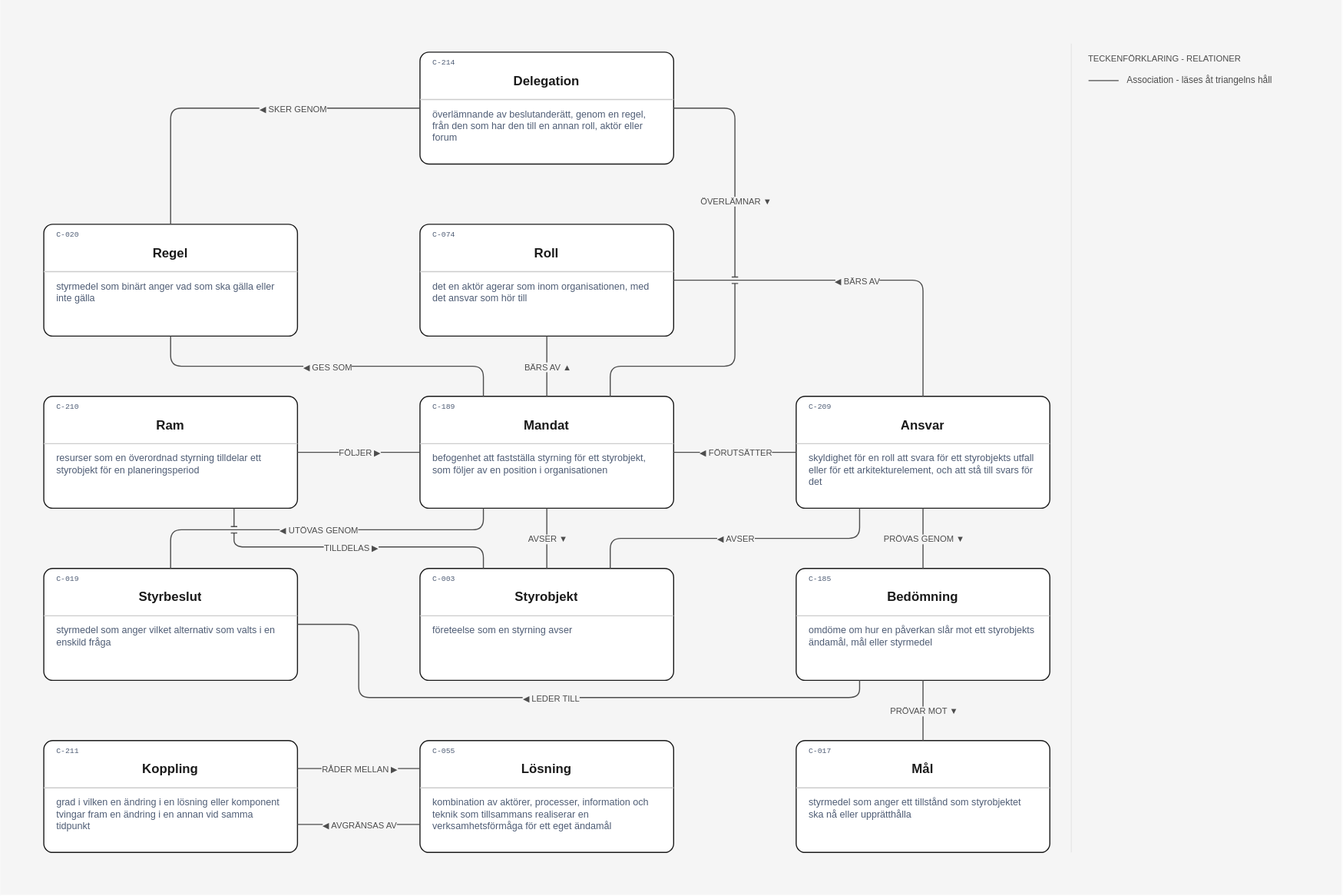
Above: layout/Styrning/Mandat och ansvar begreppsmodell.drawio.svg in nickdin/gestaltadet-katalog (draw.io), before the change. Source tidied: cells renumbered, new cells last; positions are measured from the earlier drawing's top-left corner, leaving out a move shared by most shapes.
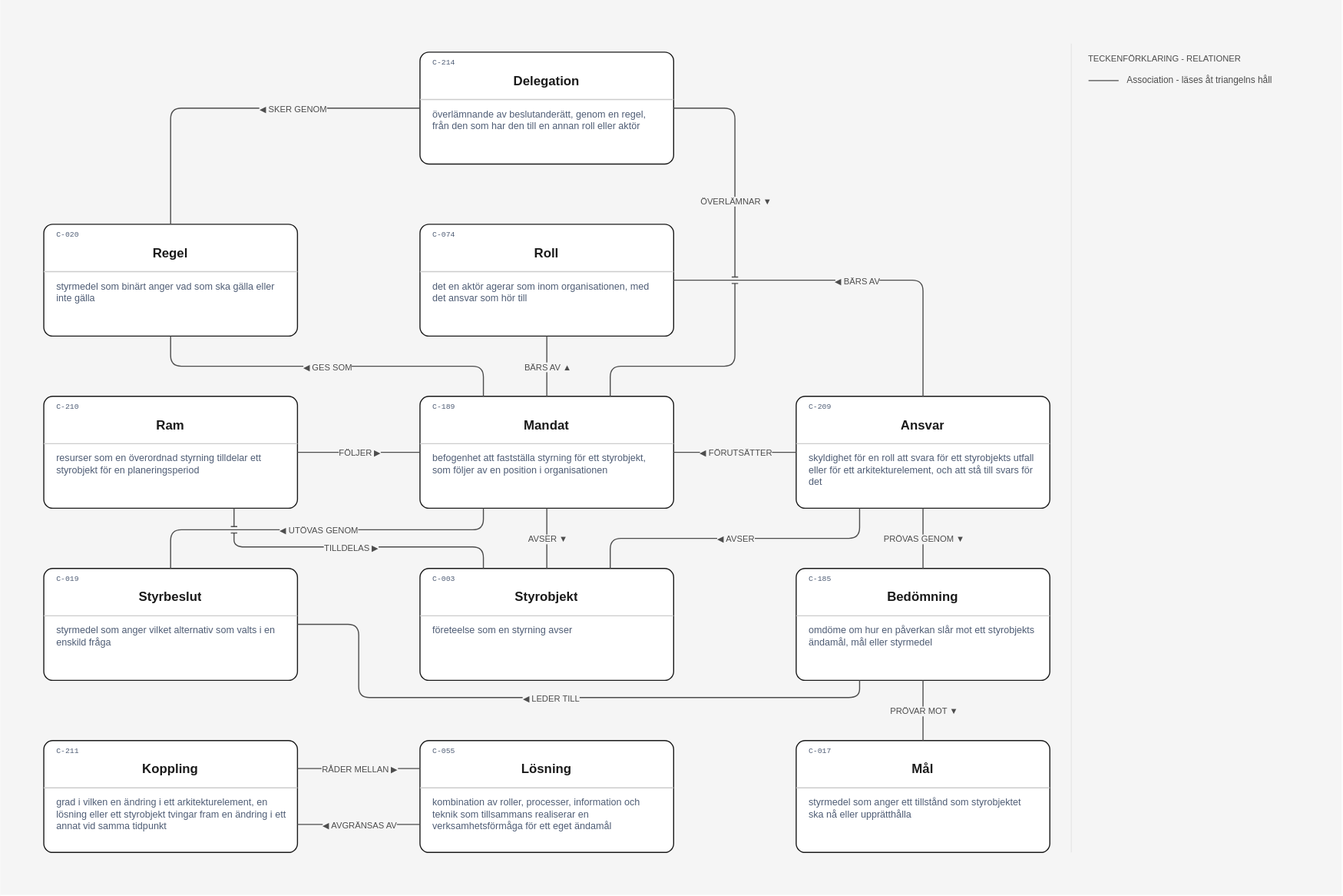
After the commit.

Commit message:
Ritningen Mandat och ansvar begreppsmodell: 3 definitionstexter ändrade, Lösning (C-055), Koppling (C-211) och Delegation (C-214), inga pilar ändrade, Ticket #183

Claude-Session: https://claude.ai/code/session_014hgawK7ATpaCj7Z6dFRSFg

Diff of the diagram source:
```diff
@@ -191,7 +191,7 @@
     <mxCell id="55" value="C-211" style="text;html=1;strokeColor=none;fillColor=none;align=left;verticalAlign=middle;whiteSpace=wrap;overflow=hidden;fontFamily=Courier New;fontSize=7;fontColor=#4f5d75;spacing=0;" parent="51" vertex="1">
       <mxGeometry x="12" y="5" width="60" height="10" as="geometry" />
     </mxCell>
-    <mxCell id="56" value="grad i vilken en ändring i en lösning eller komponent tvingar fram en ändring i en annan vid samma tidpunkt" style="text;html=1;strokeColor=none;fillColor=none;align=left;verticalAlign=top;whiteSpace=wrap;overflow=hidden;fontFamily=Helvetica;fontSize=9;fontColor=#4f5d75;spacing=0;spacingTop=0;" parent="51" vertex="1">
+    <mxCell id="56" value="grad i vilken en ändring i ett arkitekturelement, en lösning eller ett styrobjekt tvingar fram en ändring i ett annat vid samma tidpunkt" style="text;html=1;strokeColor=none;fillColor=none;align=left;verticalAlign=top;whiteSpace=wrap;overflow=hidden;fontFamily=Helvetica;fontSize=9;fontColor=#4f5d75;spacing=0;spacingTop=0;" parent="51" vertex="1">
       <mxGeometry x="12" y="48" width="212" height="37" as="geometry" />
     </mxCell>
     <mxCell id="57" style="group;" parent="1" vertex="1">
@@ -212,7 +212,7 @@
     <mxCell id="61" value="C-055" style="text;html=1;strokeColor=none;fillColor=none;align=left;verticalAlign=middle;whiteSpace=wrap;overflow=hidden;fontFamily=Courier New;fontSize=7;fontColor=#4f5d75;spacing=0;" parent="57" vertex="1">
       <mxGeometry x="12" y="5" width="60" height="10" as="geometry" />
     </mxCell>
-    <mxCell id="62" value="kombination av aktörer, processer, information och teknik som tillsammans realiserar en verksamhetsförmåga för ett eget ändamål" style="text;html=1;strokeColor=none;fillColor=none;align=left;verticalAlign=top;whiteSpace=wrap;overflow=hidden;fontFamily=Helvetica;fontSize=9;fontColor=#4f5d75;spacing=0;spacingTop=0;" parent="57" vertex="1">
+    <mxCell id="62" value="kombination av roller, processer, information och teknik som tillsammans realiserar en verksamhetsförmåga för ett eget ändamål" style="text;html=1;strokeColor=none;fillColor=none;align=left;verticalAlign=top;whiteSpace=wrap;overflow=hidden;fontFamily=Helvetica;fontSize=9;fontColor=#4f5d75;spacing=0;spacingTop=0;" parent="57" vertex="1">
       <mxGeometry x="12" y="48" width="212" height="37" as="geometry" />
     </mxCell>
     <mxCell id="63" style="group;" parent="1" vertex="1">
@@ -386,7 +386,7 @@
     <mxCell id="105" value="C-214" style="text;html=1;strokeColor=none;fillColor=none;align=left;verticalAlign=middle;whiteSpace=wrap;overflow=hidden;fontFamily=Courier New;fontSize=7;fontColor=#4f5d75;spacing=0;" parent="101" vertex="1">
       <mxGeometry x="12" y="5" width="60" height="10" as="geometry" />
     </mxCell>
-    <mxCell id="106" value="överlämnande av beslutanderätt, genom en regel, från den som har den till en annan roll, aktör eller forum" style="text;html=1;strokeColor=none;fillColor=none;align=left;verticalAlign=top;whiteSpace=wrap;overflow=hidden;fontFamily=Helvetica;fontSize=9;fontColor=#4f5d75;spacing=0;spacingTop=0;" parent="101" vertex="1">
+    <mxCell id="106" value="överlämnande av beslutanderätt, genom en regel, från den som har den till en annan roll eller aktör" style="text;html=1;strokeColor=none;fillColor=none;align=left;verticalAlign=top;whiteSpace=wrap;overflow=hidden;fontFamily=Helvetica;fontSize=9;fontColor=#4f5d75;spacing=0;spacingTop=0;" parent="101" vertex="1">
       <mxGeometry x="12" y="48" width="212" height="50" as="geometry" />
     </mxCell>
     <mxCell id="107" style="edgeStyle=orthogonalEdgeStyle;rounded=1;html=1;strokeColor=#4d4d4d;strokeWidth=1;endArrow=none;endSize=8;jumpStyle=line;exitX=0;exitY=0.5;exitDx=0;exitDy=0;entryX=0.5;entryY=0;entryDx=0;entryDy=0;" parent="1" edge="1" source="102" target="4">
```
